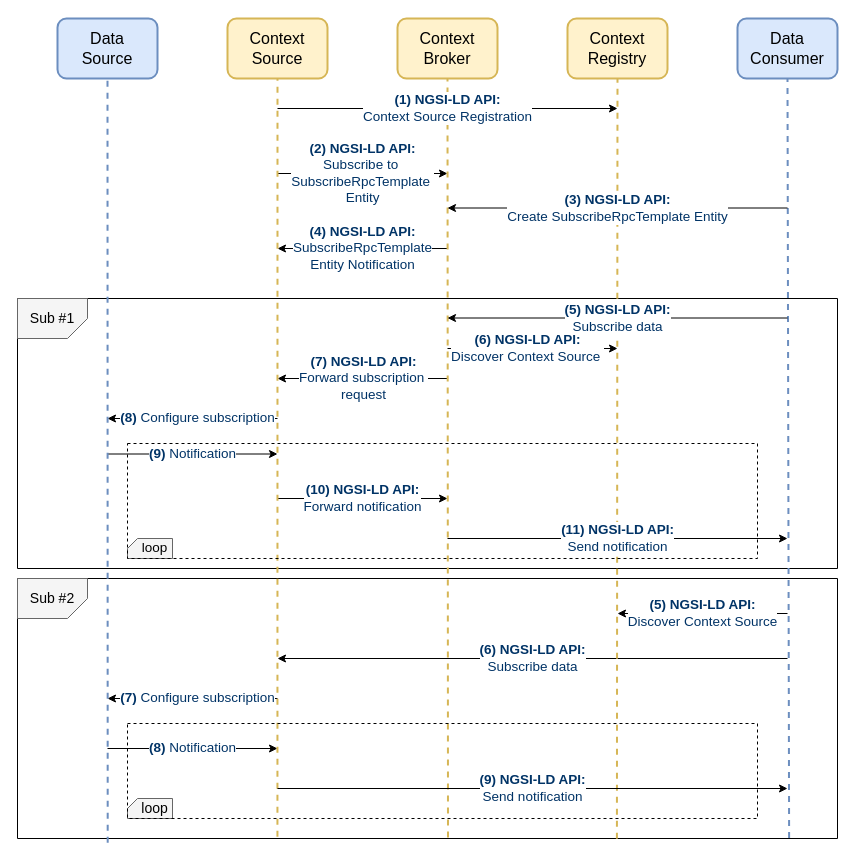
giros-dit/yang-to-ngsi-ld keeps this draw.io diagram as page 12 of 12 of ngsi-ld/information-models/summary-workflows-ndt-network-data-acquisition-automation.drawio. Above is the earlier version. Source tidied: cells renumbered, new cells numbered last; positions are measured from the earlier drawing's top-left corner, leaving out a move shared by most shapes. Both pictures are drawn from the tidied source at 100%, with x=0, y=0 at pixel (17, 18).
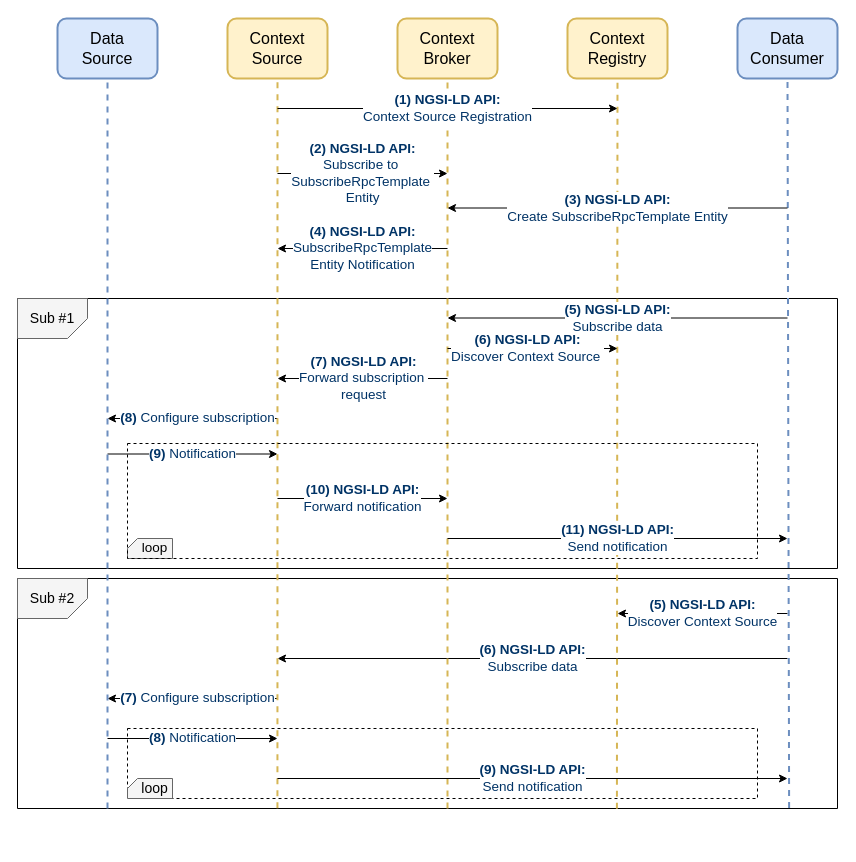
Above is the later version.

Unchanged cells that the change refers to:
```xml
<mxCell id="2" value="&lt;span style=&quot;font-weight: normal; font-size: 16px;&quot;&gt;Data&lt;br style=&quot;&quot;&gt;Source&lt;/span&gt;" style="rounded=1;whiteSpace=wrap;html=1;fillColor=#dae8fc;strokeColor=#6c8ebf;fontStyle=1;fontSize=15;strokeWidth=2;" parent="1" vertex="1">
  <mxGeometry x="40" width="100" height="60" as="geometry" />
</mxCell>
<mxCell id="3" value="&lt;font style=&quot;font-size: 16px;&quot;&gt;Context&lt;br style=&quot;&quot;&gt;Source&lt;/font&gt;" style="rounded=1;whiteSpace=wrap;html=1;fillColor=#fff2cc;strokeColor=#d6b656;fontStyle=0;fontSize=16;strokeWidth=2;" parent="1" vertex="1">
  <mxGeometry x="210" width="100" height="60" as="geometry" />
</mxCell>
<mxCell id="4" value="&lt;font style=&quot;font-size: 16px;&quot;&gt;Context&lt;br style=&quot;&quot;&gt;Broker&lt;/font&gt;" style="rounded=1;whiteSpace=wrap;html=1;fillColor=#fff2cc;strokeColor=#d6b656;fontStyle=0;fontSize=16;strokeWidth=2;" parent="1" vertex="1">
  <mxGeometry x="380" width="100" height="60" as="geometry" />
</mxCell>
```

Change to the diagram source:
```diff
@@
-    <mxCell id="12" value="&lt;font style=&quot;font-size: 13.5px;&quot;&gt;&lt;b style=&quot;color: rgb(0, 51, 102); font-size: 13.5px;&quot;&gt;(6) NGSI-LD API:&lt;/b&gt;&lt;br style=&quot;color: rgb(0, 51, 102); font-size: 13.5px;&quot;&gt;&lt;span style=&quot;color: rgb(0, 51, 102); font-size: 13.5px;&quot;&gt;Discover Context Source&amp;nbsp;&lt;/span&gt;&lt;/font&gt;" style="endArrow=classic;html=1;rounded=0;startArrow=none;startFill=0;fontSize=13.5;" parent="1" edge="1">
-      <mxGeometry x="-0.06" relative="1" as="geometry">
-        <mxPoint x="430" y="330" as="sourcePoint" />
-        <mxPoint x="600" y="330" as="targetPoint" />
-      </mxGeometry>
-    </mxCell>
@@
     <mxCell id="19" style="verticalLabelPosition=bottom;verticalAlign=top;html=1;shape=mxgraph.basic.rect;fillColor2=none;strokeWidth=1;size=20;indent=5;" parent="1" vertex="1">
-      <mxGeometry y="560" width="820" height="260" as="geometry" />
+      <mxGeometry y="560" width="820" height="230" as="geometry" />
     </mxCell>
@@
     <mxCell id="24" value="&lt;font style=&quot;font-size: 13.5px;&quot;&gt;&lt;b style=&quot;color: rgb(0, 51, 102);&quot;&gt;(8) &lt;/b&gt;&lt;span style=&quot;color: rgb(0, 51, 102);&quot;&gt;Notification&lt;/span&gt;&lt;/font&gt;" style="endArrow=classic;html=1;rounded=0;startArrow=none;startFill=0;endFill=1;" parent="1" edge="1">
       <mxGeometry relative="1" as="geometry">
-        <mxPoint x="90" y="730" as="sourcePoint" />
-        <mxPoint x="260" y="730" as="targetPoint" />
+        <mxPoint x="90" y="720" as="sourcePoint" />
+        <mxPoint x="260" y="720" as="targetPoint" />
       </mxGeometry>
     </mxCell>
-    <mxCell id="25" style="verticalLabelPosition=bottom;verticalAlign=top;html=1;shape=card;whiteSpace=wrap;size=10;arcSize=12;rotation=0;fillColor=#f5f5f5;strokeColor=#666666;fontColor=#333333;" parent="1" vertex="1">
-      <mxGeometry x="110" y="780" width="45" height="20" as="geometry" />
-    </mxCell>
-    <mxCell id="26" value="&lt;font style=&quot;font-size: 14px;&quot;&gt;loop&lt;/font&gt;" style="text;html=1;align=center;verticalAlign=middle;whiteSpace=wrap;rounded=0;" parent="1" vertex="1">
-      <mxGeometry x="120" y="780" width="35" height="20" as="geometry" />
-    </mxCell>
@@
-    <mxCell id="30" style="endArrow=none;dashed=1;html=1;rounded=0;fillColor=#fff2cc;strokeColor=#d6b656;strokeWidth=2;entryX=0.5;entryY=1;entryDx=0;entryDy=0;exitX=0.525;exitY=0.996;exitDx=0;exitDy=0;exitPerimeter=0;" parent="1" edge="1" source="19" target="4">
-      <mxGeometry relative="1" as="geometry" />
+    <mxCell id="30" style="endArrow=none;dashed=1;html=1;rounded=0;fillColor=#fff2cc;strokeColor=#d6b656;strokeWidth=2;entryX=0.5;entryY=1;entryDx=0;entryDy=0;" parent="1" edge="1" target="4">
+      <mxGeometry relative="1" as="geometry">
+        <mxPoint x="430" y="790" as="sourcePoint" />
+      </mxGeometry>
     </mxCell>
-    <mxCell id="31" style="endArrow=none;dashed=1;html=1;rounded=0;fillColor=#fff2cc;strokeColor=#d6b656;strokeWidth=2;exitX=0.317;exitY=0.993;exitDx=0;exitDy=0;exitPerimeter=0;entryX=0.5;entryY=1;entryDx=0;entryDy=0;" parent="1" edge="1" source="19" target="3">
+    <mxCell id="31" style="endArrow=none;dashed=1;html=1;rounded=0;fillColor=#fff2cc;strokeColor=#d6b656;strokeWidth=2;entryX=0.5;entryY=1;entryDx=0;entryDy=0;exitX=0.317;exitY=0.999;exitDx=0;exitDy=0;exitPerimeter=0;" parent="1" edge="1" source="19" target="3">
       <mxGeometry relative="1" as="geometry" />
     </mxCell>
-    <mxCell id="32" style="endArrow=none;dashed=1;html=1;rounded=0;entryX=0.5;entryY=1;entryDx=0;entryDy=0;fillColor=#dae8fc;strokeColor=#6c8ebf;strokeWidth=2;exitX=0.11;exitY=1.016;exitDx=0;exitDy=0;exitPerimeter=0;" parent="1" edge="1" source="19" target="2">
-      <mxGeometry relative="1" as="geometry" />
+    <mxCell id="32" style="endArrow=none;dashed=1;html=1;rounded=0;entryX=0.5;entryY=1;entryDx=0;entryDy=0;fillColor=#dae8fc;strokeColor=#6c8ebf;strokeWidth=2;" parent="1" edge="1" target="2">
+      <mxGeometry relative="1" as="geometry">
+        <mxPoint x="90" y="790" as="sourcePoint" />
+      </mxGeometry>
     </mxCell>
@@
     <mxCell id="38" value="&lt;font style=&quot;font-size: 13.5px;&quot;&gt;&lt;font style=&quot;font-size: 13.5px;&quot; color=&quot;#003366&quot;&gt;&lt;b style=&quot;&quot;&gt;(9&lt;/b&gt;&lt;/font&gt;&lt;b style=&quot;color: rgb(0, 51, 102);&quot;&gt;) NGSI-LD API:&lt;/b&gt;&lt;/font&gt;&lt;div style=&quot;font-size: 13.5px;&quot;&gt;&lt;font style=&quot;font-size: 13.5px;&quot; color=&quot;#003366&quot;&gt;Send notification&lt;/font&gt;&lt;/div&gt;" style="endArrow=classic;html=1;rounded=0;startArrow=none;startFill=0;endFill=1;fontSize=13.5;" parent="1" edge="1">
       <mxGeometry relative="1" as="geometry">
-        <mxPoint x="260" y="770" as="sourcePoint" />
-        <mxPoint x="770" y="770" as="targetPoint" />
+        <mxPoint x="260" y="760" as="sourcePoint" />
+        <mxPoint x="770" y="760" as="targetPoint" />
       </mxGeometry>
     </mxCell>
     <mxCell id="39" style="verticalLabelPosition=bottom;verticalAlign=top;html=1;shape=mxgraph.basic.rect;fillColor2=none;strokeWidth=1;size=20;indent=5;fillColor=none;dashed=1;" parent="1" vertex="1">
-      <mxGeometry x="110" y="705" width="630" height="95" as="geometry" />
+      <mxGeometry x="110" y="710" width="630" height="70" as="geometry" />
     </mxCell>
+    <mxCell id="40" style="verticalLabelPosition=bottom;verticalAlign=top;html=1;shape=card;whiteSpace=wrap;size=10;arcSize=12;rotation=0;fillColor=#f5f5f5;strokeColor=#666666;fontColor=#333333;" parent="1" vertex="1">
+      <mxGeometry x="110" y="760" width="45" height="20" as="geometry" />
+    </mxCell>
+    <mxCell id="26" value="&lt;font style=&quot;font-size: 14px;&quot;&gt;loop&lt;/font&gt;" style="text;html=1;align=center;verticalAlign=middle;whiteSpace=wrap;rounded=0;" parent="1" vertex="1">
+      <mxGeometry x="120" y="760" width="35" height="20" as="geometry" />
+    </mxCell>
+    <mxCell id="12" value="&lt;font style=&quot;font-size: 13.5px;&quot;&gt;&lt;b style=&quot;color: rgb(0, 51, 102); font-size: 13.5px;&quot;&gt;(6) NGSI-LD API:&lt;/b&gt;&lt;br style=&quot;color: rgb(0, 51, 102); font-size: 13.5px;&quot;&gt;&lt;span style=&quot;color: rgb(0, 51, 102); font-size: 13.5px;&quot;&gt;Discover Context Source&amp;nbsp;&lt;/span&gt;&lt;/font&gt;" style="endArrow=classic;html=1;rounded=0;startArrow=none;startFill=0;fontSize=13.5;" parent="1" edge="1">
+      <mxGeometry x="-0.06" relative="1" as="geometry">
+        <mxPoint x="430" y="330" as="sourcePoint" />
+        <mxPoint x="600" y="330" as="targetPoint" />
+      </mxGeometry>
+    </mxCell>
```
